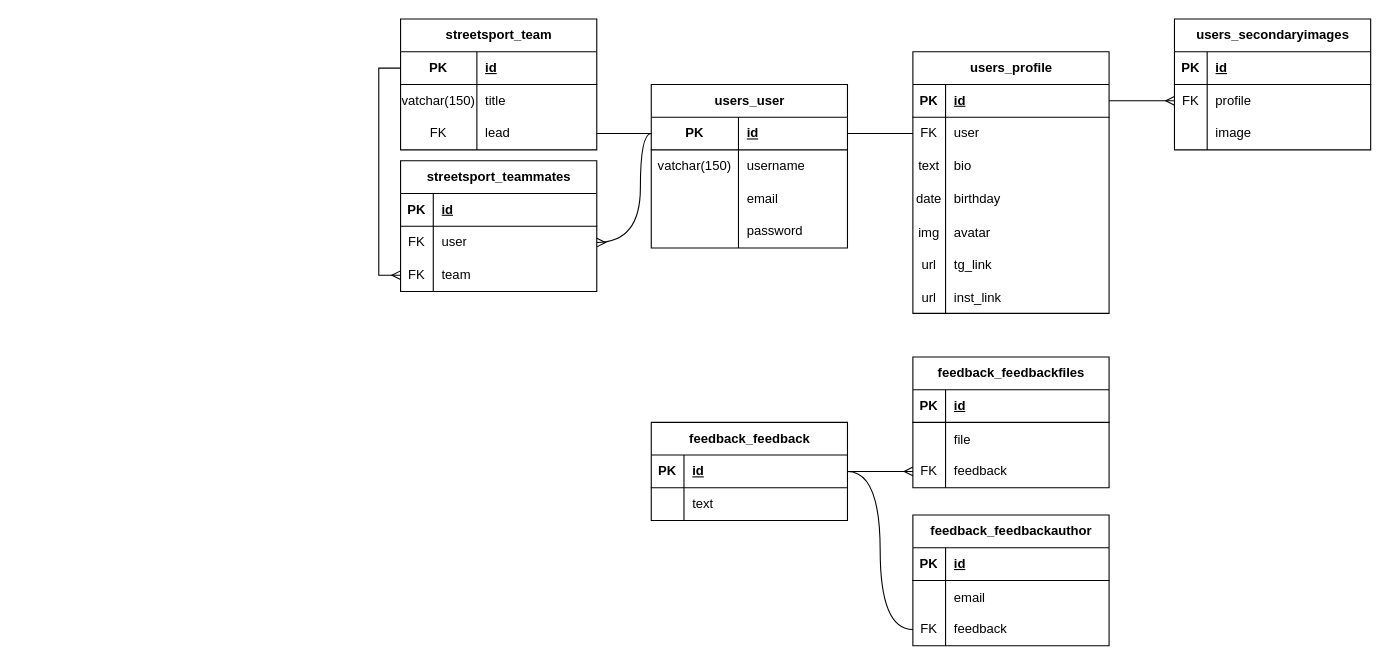
The draw.io diagram ER.drawio in on3ginnn/draw.io, before the edit. Source tidied: cells renumbered, new cells numbered last; positions are measured from the earlier drawing's top-left corner, leaving out a move shared by most shapes. Both pictures are drawn from the tidied source at 109%, with x=0, y=0 at pixel (378, 19).
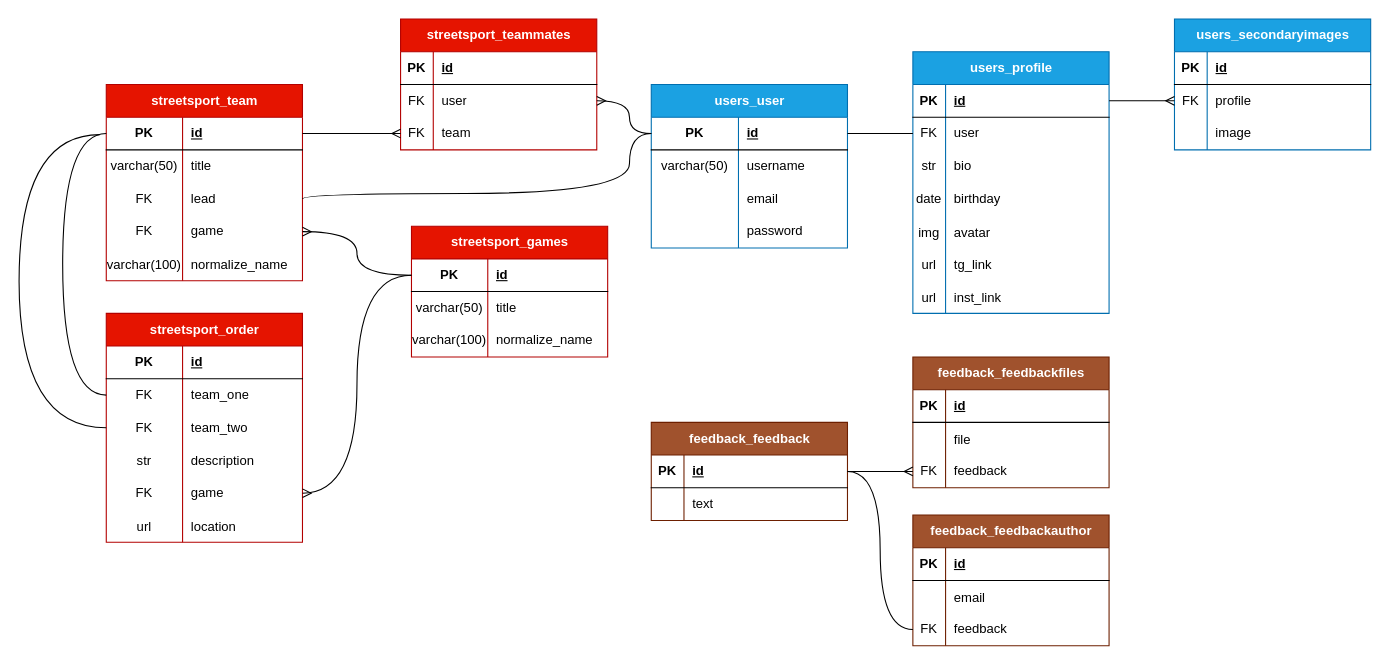
The same diagram, later.

The change refers to these unchanged cells:
```xml
<mxCell id="3" style="shape=tableRow;horizontal=0;startSize=0;swimlaneHead=0;swimlaneBody=0;fillColor=none;points=[[0,0.5],[1,0.5]];portConstraint=eastwest;top=0;left=0;right=0;bottom=1;" parent="2" vertex="1">
  <mxGeometry y="30" width="180" height="30" as="geometry" />
</mxCell>
<mxCell id="6" style="shape=tableRow;horizontal=0;startSize=0;swimlaneHead=0;swimlaneBody=0;fillColor=none;top=0;left=0;right=0;bottom=0;" parent="2" vertex="1">
  <mxGeometry y="60" width="180" height="30" as="geometry" />
</mxCell>
<mxCell id="22" style="shape=tableRow;horizontal=0;startSize=0;swimlaneHead=0;swimlaneBody=0;fillColor=none;top=0;left=0;right=0;bottom=0;" parent="15" vertex="1">
  <mxGeometry y="90" width="180" height="30" as="geometry" />
</mxCell>
<mxCell id="79" style="shape=tableRow;horizontal=0;startSize=0;swimlaneHead=0;swimlaneBody=0;fillColor=none;points=[[0,0.5],[1,0.5]];portConstraint=eastwest;top=0;left=0;right=0;bottom=1;" parent="78" vertex="1">
  <mxGeometry y="30" width="180" height="30" as="geometry" />
</mxCell>
<mxCell id="82" style="shape=tableRow;horizontal=0;startSize=0;swimlaneHead=0;swimlaneBody=0;fillColor=none;top=0;left=0;right=0;bottom=0;" parent="78" vertex="1">
  <mxGeometry y="60" width="180" height="30" as="geometry" />
</mxCell>
<mxCell id="85" style="shape=tableRow;horizontal=0;startSize=0;swimlaneHead=0;swimlaneBody=0;fillColor=none;points=[[0,0.5],[1,0.5]];portConstraint=eastwest;top=0;left=0;right=0;bottom=0;" parent="78" vertex="1">
  <mxGeometry y="90" width="180" height="30" as="geometry" />
</mxCell>
<mxCell id="93" style="shape=tableRow;horizontal=0;startSize=0;swimlaneHead=0;swimlaneBody=0;fillColor=none;points=[[0,0.5],[1,0.5]];portConstraint=eastwest;top=0;left=0;right=0;bottom=0;" parent="89" vertex="1">
  <mxGeometry y="60" width="180" height="30" as="geometry" />
</mxCell>
<mxCell id="96" style="shape=tableRow;horizontal=0;startSize=0;swimlaneHead=0;swimlaneBody=0;fillColor=none;points=[[0,0.5],[1,0.5]];portConstraint=eastwest;top=0;left=0;right=0;bottom=0;" parent="89" vertex="1">
  <mxGeometry y="90" width="180" height="30" as="geometry" />
</mxCell>
```

Diff of the diagram source:
```diff
@@
-    <mxCell id="2" value="users_user" style="shape=table;startSize=30;childLayout=tableLayout;rowLines=0;fontStyle=1;align=center;html=1;" parent="1" vertex="1">
+    <mxCell id="2" value="users_user" style="shape=table;startSize=30;childLayout=tableLayout;rowLines=0;fontStyle=1;align=center;html=1;fillColor=#1ba1e2;fontColor=#ffffff;strokeColor=#006EAF;" parent="1" vertex="1">
       <mxGeometry x="250" y="60" width="180" height="150" as="geometry" />
     </mxCell>
@@
-    <mxCell id="7" value="vatchar(150)" style="shape=partialRectangle;fillColor=none;top=0;left=0;bottom=0;right=0;overflow=hidden;whiteSpace=wrap;html=1;" parent="6" vertex="1">
+    <mxCell id="7" value="varchar(50)" style="shape=partialRectangle;fillColor=none;top=0;left=0;bottom=0;right=0;overflow=hidden;whiteSpace=wrap;html=1;" parent="6" vertex="1">
       <mxGeometry width="80" height="30" as="geometry" />
     </mxCell>
@@
-    <mxCell id="15" value="users_profile" style="shape=table;startSize=30;childLayout=tableLayout;rowLines=0;fontStyle=1;align=center;html=1;" parent="1" vertex="1">
+    <mxCell id="15" value="users_profile" style="shape=table;startSize=30;childLayout=tableLayout;rowLines=0;fontStyle=1;align=center;html=1;fillColor=#1ba1e2;fontColor=#ffffff;strokeColor=#006EAF;rounded=0;shadow=0;swimlaneLine=1;" parent="1" vertex="1">
       <mxGeometry x="490" y="30" width="180" height="240" as="geometry" />
     </mxCell>
@@
-    <mxCell id="23" value="text" style="shape=partialRectangle;fillColor=none;top=0;left=0;bottom=0;right=0;overflow=hidden;whiteSpace=wrap;html=1;" parent="22" vertex="1">
+    <mxCell id="23" value="str" style="shape=partialRectangle;fillColor=none;top=0;left=0;bottom=0;right=0;overflow=hidden;whiteSpace=wrap;html=1;" parent="22" vertex="1">
       <mxGeometry width="30" height="30" as="geometry" />
     </mxCell>
@@
-    <mxCell id="38" value="users_secondaryimages" style="shape=table;startSize=30;childLayout=tableLayout;rowLines=0;fontStyle=1;align=center;html=1;" parent="1" vertex="1">
+    <mxCell id="38" value="users_secondaryimages" style="shape=table;startSize=30;childLayout=tableLayout;rowLines=0;fontStyle=1;align=center;html=1;fillColor=#1ba1e2;fontColor=#ffffff;strokeColor=#006EAF;" parent="1" vertex="1">
       <mxGeometry x="730" width="180" height="120" as="geometry" />
     </mxCell>
@@
-    <mxCell id="49" value="feedback_feedback" style="shape=table;startSize=30;childLayout=tableLayout;rowLines=0;fontStyle=1;align=center;html=1;" parent="1" vertex="1">
+    <mxCell id="49" value="feedback_feedback" style="shape=table;startSize=30;childLayout=tableLayout;rowLines=0;fontStyle=1;align=center;html=1;fillColor=#a0522d;fontColor=#ffffff;strokeColor=#6D1F00;" parent="1" vertex="1">
       <mxGeometry x="250" y="370" width="180" height="90" as="geometry" />
     </mxCell>
@@
-    <mxCell id="56" value="feedback_feedbackauthor" style="shape=table;startSize=30;childLayout=tableLayout;rowLines=0;fontStyle=1;align=center;html=1;" parent="1" vertex="1">
+    <mxCell id="56" value="feedback_feedbackauthor" style="shape=table;startSize=30;childLayout=tableLayout;rowLines=0;fontStyle=1;align=center;html=1;fillColor=#a0522d;fontColor=#ffffff;strokeColor=#6D1F00;" parent="1" vertex="1">
       <mxGeometry x="490" y="455" width="180" height="120" as="geometry" />
     </mxCell>
@@
-    <mxCell id="66" value="feedback_feedbackfiles" style="shape=table;startSize=30;childLayout=tableLayout;rowLines=0;fontStyle=1;align=center;html=1;" parent="1" vertex="1">
+    <mxCell id="66" value="feedback_feedbackfiles" style="shape=table;startSize=30;childLayout=tableLayout;rowLines=0;fontStyle=1;align=center;html=1;fillColor=#a0522d;fontColor=#ffffff;strokeColor=#6D1F00;" parent="1" vertex="1">
       <mxGeometry x="490" y="310" width="180" height="120" as="geometry" />
     </mxCell>
@@
-    <mxCell id="78" value="streetsport_team" style="shape=table;startSize=30;childLayout=tableLayout;rowLines=0;fontStyle=1;align=center;html=1;" parent="1" vertex="1">
-      <mxGeometry x="20" width="180" height="120" as="geometry" />
+    <mxCell id="78" value="streetsport_team" style="shape=table;startSize=30;childLayout=tableLayout;rowLines=0;fontStyle=1;align=center;html=1;fillColor=#e51400;fontColor=#ffffff;strokeColor=#B20000;" parent="1" vertex="1">
+      <mxGeometry x="-250" y="60" width="180" height="180" as="geometry" />
     </mxCell>
@@
-    <mxCell id="83" value="vatchar(150)" style="shape=partialRectangle;fillColor=none;top=0;left=0;bottom=0;right=0;overflow=hidden;whiteSpace=wrap;html=1;" parent="82" vertex="1">
+    <mxCell id="83" value="varchar(50)" style="shape=partialRectangle;fillColor=none;top=0;left=0;bottom=0;right=0;overflow=hidden;whiteSpace=wrap;html=1;" parent="82" vertex="1">
       <mxGeometry width="70" height="30" as="geometry" />
     </mxCell>
@@
+    <mxCell id="101" style="shape=tableRow;horizontal=0;startSize=0;swimlaneHead=0;swimlaneBody=0;fillColor=none;points=[[0,0.5],[1,0.5]];portConstraint=eastwest;top=0;left=0;right=0;bottom=0;" parent="78" vertex="1">
+      <mxGeometry y="120" width="180" height="30" as="geometry" />
+    </mxCell>
+    <mxCell id="102" value="FK" style="shape=partialRectangle;fillColor=none;top=0;left=0;bottom=0;right=0;overflow=hidden;whiteSpace=wrap;html=1;" parent="101" vertex="1">
+      <mxGeometry width="70" height="30" as="geometry" />
+    </mxCell>
+    <mxCell id="103" value="game" style="shape=partialRectangle;fillColor=none;top=0;left=0;bottom=0;right=0;align=left;spacingLeft=6;overflow=hidden;whiteSpace=wrap;html=1;" parent="101" vertex="1">
+      <mxGeometry x="70" width="110" height="30" as="geometry" />
+    </mxCell>
+    <mxCell id="104" style="shape=tableRow;horizontal=0;startSize=0;swimlaneHead=0;swimlaneBody=0;fillColor=none;top=0;left=0;right=0;bottom=0;" parent="78" vertex="1">
+      <mxGeometry y="150" width="180" height="30" as="geometry" />
+    </mxCell>
+    <mxCell id="105" value="varchar(100)" style="shape=partialRectangle;fillColor=none;top=0;left=0;bottom=0;right=0;overflow=hidden;" parent="104" vertex="1">
+      <mxGeometry width="70" height="30" as="geometry" />
+    </mxCell>
+    <mxCell id="106" value="normalize_name" style="shape=partialRectangle;fillColor=none;top=0;left=0;bottom=0;right=0;align=left;spacingLeft=6;overflow=hidden;" parent="104" vertex="1">
+      <mxGeometry x="70" width="110" height="30" as="geometry" />
+    </mxCell>
-    <mxCell id="88" style="edgeStyle=entityRelationEdgeStyle;fontSize=12;html=1;endArrow=none;startArrow=none;rounded=0;entryX=0;entryY=0.5;entryDx=0;entryDy=0;exitX=1;exitY=0.5;exitDx=0;exitDy=0;startFill=0;endFill=0;" parent="1" edge="1" source="85" target="3">
-      <mxGeometry relative="1" as="geometry" />
+    <mxCell id="88" style="edgeStyle=orthogonalEdgeStyle;fontSize=12;html=1;endArrow=none;startArrow=none;rounded=0;entryX=0;entryY=0.5;entryDx=0;entryDy=0;exitX=1;exitY=0.5;exitDx=0;exitDy=0;startFill=0;endFill=0;curved=1;" parent="1" edge="1" source="85" target="3">
+      <mxGeometry relative="1" as="geometry">
+        <Array as="points">
+          <mxPoint x="-70" y="160" />
+          <mxPoint x="230" y="160" />
+          <mxPoint x="230" y="105" />
+        </Array>
+      </mxGeometry>
     </mxCell>
-    <mxCell id="89" value="streetsport_teammates" style="shape=table;startSize=30;childLayout=tableLayout;rowLines=0;fontStyle=1;align=center;html=1;" parent="1" vertex="1">
-      <mxGeometry x="20" y="130" width="180" height="120" as="geometry" />
+    <mxCell id="89" value="streetsport_teammates" style="shape=table;startSize=30;childLayout=tableLayout;rowLines=0;fontStyle=1;align=center;html=1;fillColor=#e51400;fontColor=#ffffff;strokeColor=#B20000;" parent="1" vertex="1">
+      <mxGeometry x="20" width="180" height="120" as="geometry" />
     </mxCell>
@@
-    <mxCell id="99" style="edgeStyle=elbowEdgeStyle;fontSize=12;html=1;endArrow=ERmany;rounded=0;exitX=0;exitY=0.5;exitDx=0;exitDy=0;entryX=0;entryY=0.5;entryDx=0;entryDy=0;endFill=0;" parent="1" edge="1" source="79" target="96">
+    <mxCell id="99" style="edgeStyle=elbowEdgeStyle;fontSize=12;html=1;endArrow=ERmany;rounded=0;exitX=1;exitY=0.5;exitDx=0;exitDy=0;entryX=0;entryY=0.5;entryDx=0;entryDy=0;endFill=0;" parent="1" edge="1" source="79" target="96">
       <mxGeometry relative="1" as="geometry">
         <Array as="points">
-          <mxPoint y="160" />
+          <mxPoint x="-20" y="100" />
         </Array>
       </mxGeometry>
     </mxCell>
-    <mxCell id="100" style="edgeStyle=orthogonalEdgeStyle;fontSize=12;html=1;endArrow=ERmany;rounded=0;entryX=1;entryY=0.5;entryDx=0;entryDy=0;exitX=0;exitY=0.5;exitDx=0;exitDy=0;curved=1;endFill=0;" parent="1" edge="1" source="3" target="93">
+    <mxCell id="100" style="edgeStyle=orthogonalEdgeStyle;fontSize=12;html=1;endArrow=ERmany;rounded=0;exitX=0;exitY=0.5;exitDx=0;exitDy=0;curved=1;endFill=0;startArrow=none;startFill=0;entryX=1;entryY=0.5;entryDx=0;entryDy=0;" parent="1" edge="1" source="3" target="93">
       <mxGeometry relative="1" as="geometry">
         <Array as="points">
-          <mxPoint x="240" y="105" />
-          <mxPoint x="240" y="205" />
+          <mxPoint x="230" y="105" />
+          <mxPoint x="230" y="75" />
         </Array>
       </mxGeometry>
     </mxCell>
+    <mxCell id="107" value="streetsport_games" style="shape=table;startSize=30;childLayout=tableLayout;rowLines=0;fontStyle=1;align=center;html=1;fillColor=#e51400;fontColor=#ffffff;strokeColor=#B20000;" parent="1" vertex="1">
+      <mxGeometry x="30" y="190" width="180" height="120" as="geometry" />
+    </mxCell>
+    <mxCell id="108" style="shape=tableRow;horizontal=0;startSize=0;swimlaneHead=0;swimlaneBody=0;fillColor=none;points=[[0,0.5],[1,0.5]];portConstraint=eastwest;top=0;left=0;right=0;bottom=1;" parent="107" vertex="1">
+      <mxGeometry y="30" width="180" height="30" as="geometry" />
+    </mxCell>
+    <mxCell id="109" value="PK" style="shape=partialRectangle;fillColor=none;top=0;left=0;bottom=0;right=0;fontStyle=1;overflow=hidden;whiteSpace=wrap;html=1;" parent="108" vertex="1">
+      <mxGeometry width="70" height="30" as="geometry" />
+    </mxCell>
+    <mxCell id="110" value="id" style="shape=partialRectangle;fillColor=none;top=0;left=0;bottom=0;right=0;align=left;spacingLeft=6;fontStyle=5;overflow=hidden;whiteSpace=wrap;html=1;" parent="108" vertex="1">
+      <mxGeometry x="70" width="110" height="30" as="geometry" />
+    </mxCell>
+    <mxCell id="111" style="shape=tableRow;horizontal=0;startSize=0;swimlaneHead=0;swimlaneBody=0;fillColor=none;top=0;left=0;right=0;bottom=0;" parent="107" vertex="1">
+      <mxGeometry y="60" width="180" height="30" as="geometry" />
+    </mxCell>
+    <mxCell id="112" value="varchar(50)" style="shape=partialRectangle;fillColor=none;top=0;left=0;bottom=0;right=0;overflow=hidden;whiteSpace=wrap;html=1;" parent="111" vertex="1">
+      <mxGeometry width="70" height="30" as="geometry" />
+    </mxCell>
+    <mxCell id="113" value="title" style="shape=partialRectangle;fillColor=none;top=0;left=0;bottom=0;right=0;align=left;spacingLeft=6;overflow=hidden;whiteSpace=wrap;html=1;" parent="111" vertex="1">
+      <mxGeometry x="70" width="110" height="30" as="geometry" />
+    </mxCell>
+    <mxCell id="114" style="shape=tableRow;horizontal=0;startSize=0;swimlaneHead=0;swimlaneBody=0;fillColor=none;top=0;left=0;right=0;bottom=0;" parent="107" vertex="1">
+      <mxGeometry y="90" width="180" height="30" as="geometry" />
+    </mxCell>
+    <mxCell id="115" value="varchar(100)" style="shape=partialRectangle;fillColor=none;top=0;left=0;bottom=0;right=0;overflow=hidden;whiteSpace=wrap;html=1;" parent="114" vertex="1">
+      <mxGeometry width="70" height="30" as="geometry" />
+    </mxCell>
+    <mxCell id="116" value="normalize_name" style="shape=partialRectangle;fillColor=none;top=0;left=0;bottom=0;right=0;align=left;spacingLeft=6;overflow=hidden;whiteSpace=wrap;html=1;" parent="114" vertex="1">
+      <mxGeometry x="70" width="110" height="30" as="geometry" />
+    </mxCell>
+    <mxCell id="117" value="streetsport_order" style="shape=table;startSize=30;childLayout=tableLayout;rowLines=0;fontStyle=1;align=center;html=1;fillColor=#e51400;fontColor=#ffffff;strokeColor=#B20000;" parent="1" vertex="1">
+      <mxGeometry x="-250" y="270" width="180" height="210" as="geometry" />
+    </mxCell>
+    <mxCell id="118" style="shape=tableRow;horizontal=0;startSize=0;swimlaneHead=0;swimlaneBody=0;fillColor=none;top=0;left=0;right=0;bottom=1;" parent="117" vertex="1">
+      <mxGeometry y="30" width="180" height="30" as="geometry" />
+    </mxCell>
+    <mxCell id="119" value="PK" style="shape=partialRectangle;fillColor=none;top=0;left=0;bottom=0;right=0;fontStyle=1;overflow=hidden;whiteSpace=wrap;html=1;" parent="118" vertex="1">
+      <mxGeometry width="70" height="30" as="geometry" />
+    </mxCell>
+    <mxCell id="120" value="id" style="shape=partialRectangle;fillColor=none;top=0;left=0;bottom=0;right=0;align=left;spacingLeft=6;fontStyle=5;overflow=hidden;whiteSpace=wrap;html=1;" parent="118" vertex="1">
+      <mxGeometry x="70" width="110" height="30" as="geometry" />
+    </mxCell>
+    <mxCell id="121" style="shape=tableRow;horizontal=0;startSize=0;swimlaneHead=0;swimlaneBody=0;fillColor=none;points=[[0,0.5],[1,0.5]];portConstraint=eastwest;top=0;left=0;right=0;bottom=0;" parent="117" vertex="1">
+      <mxGeometry y="60" width="180" height="30" as="geometry" />
+    </mxCell>
+    <mxCell id="122" value="FK" style="shape=partialRectangle;fillColor=none;top=0;left=0;bottom=0;right=0;overflow=hidden;whiteSpace=wrap;html=1;" parent="121" vertex="1">
+      <mxGeometry width="70" height="30" as="geometry" />
+    </mxCell>
+    <mxCell id="123" value="team_one" style="shape=partialRectangle;fillColor=none;top=0;left=0;bottom=0;right=0;align=left;spacingLeft=6;overflow=hidden;whiteSpace=wrap;html=1;" parent="121" vertex="1">
+      <mxGeometry x="70" width="110" height="30" as="geometry" />
+    </mxCell>
+    <mxCell id="124" style="shape=tableRow;horizontal=0;startSize=0;swimlaneHead=0;swimlaneBody=0;fillColor=none;points=[[0,0.5],[1,0.5]];portConstraint=eastwest;top=0;left=0;right=0;bottom=0;" parent="117" vertex="1">
+      <mxGeometry y="90" width="180" height="30" as="geometry" />
+    </mxCell>
+    <mxCell id="125" value="FK" style="shape=partialRectangle;fillColor=none;top=0;left=0;bottom=0;right=0;overflow=hidden;whiteSpace=wrap;html=1;" parent="124" vertex="1">
+      <mxGeometry width="70" height="30" as="geometry" />
+    </mxCell>
+    <mxCell id="126" value="team_two" style="shape=partialRectangle;fillColor=none;top=0;left=0;bottom=0;right=0;align=left;spacingLeft=6;overflow=hidden;whiteSpace=wrap;html=1;" parent="124" vertex="1">
+      <mxGeometry x="70" width="110" height="30" as="geometry" />
+    </mxCell>
+    <mxCell id="127" style="shape=tableRow;horizontal=0;startSize=0;swimlaneHead=0;swimlaneBody=0;fillColor=none;top=0;left=0;right=0;bottom=0;" parent="117" vertex="1">
+      <mxGeometry y="120" width="180" height="30" as="geometry" />
+    </mxCell>
+    <mxCell id="128" value="str" style="shape=partialRectangle;fillColor=none;top=0;left=0;bottom=0;right=0;overflow=hidden;" parent="127" vertex="1">
+      <mxGeometry width="70" height="30" as="geometry" />
+    </mxCell>
+    <mxCell id="129" value="description" style="shape=partialRectangle;fillColor=none;top=0;left=0;bottom=0;right=0;align=left;spacingLeft=6;overflow=hidden;" parent="127" vertex="1">
+      <mxGeometry x="70" width="110" height="30" as="geometry" />
+    </mxCell>
+    <mxCell id="130" style="shape=tableRow;horizontal=0;startSize=0;swimlaneHead=0;swimlaneBody=0;fillColor=none;points=[[0,0.5],[1,0.5]];portConstraint=eastwest;top=0;left=0;right=0;bottom=0;" parent="117" vertex="1">
+      <mxGeometry y="150" width="180" height="30" as="geometry" />
+    </mxCell>
+    <mxCell id="131" value="FK" style="shape=partialRectangle;fillColor=none;top=0;left=0;bottom=0;right=0;fontStyle=0;overflow=hidden;whiteSpace=wrap;html=1;" parent="130" vertex="1">
+      <mxGeometry width="70" height="30" as="geometry" />
+    </mxCell>
+    <mxCell id="132" value="game" style="shape=partialRectangle;fillColor=none;top=0;left=0;bottom=0;right=0;align=left;spacingLeft=6;fontStyle=0;overflow=hidden;whiteSpace=wrap;html=1;" parent="130" vertex="1">
+      <mxGeometry x="70" width="110" height="30" as="geometry" />
+    </mxCell>
+    <mxCell id="133" style="shape=tableRow;horizontal=0;startSize=0;swimlaneHead=0;swimlaneBody=0;fillColor=none;top=0;left=0;right=0;bottom=0;" parent="117" vertex="1">
+      <mxGeometry y="180" width="180" height="30" as="geometry" />
+    </mxCell>
+    <mxCell id="134" value="url" style="shape=partialRectangle;fillColor=none;top=0;left=0;bottom=0;right=0;overflow=hidden;" parent="133" vertex="1">
+      <mxGeometry width="70" height="30" as="geometry" />
+    </mxCell>
+    <mxCell id="135" value="location" style="shape=partialRectangle;fillColor=none;top=0;left=0;bottom=0;right=0;align=left;spacingLeft=6;overflow=hidden;" parent="133" vertex="1">
+      <mxGeometry x="70" width="110" height="30" as="geometry" />
+    </mxCell>
+    <mxCell id="136" style="edgeStyle=orthogonalEdgeStyle;rounded=0;jettySize=auto;html=1;exitX=1;exitY=0.5;exitDx=0;exitDy=0;entryX=0;entryY=0.5;entryDx=0;entryDy=0;endArrow=none;endFill=0;startArrow=ERmany;startFill=0;curved=1;" parent="1" edge="1" source="101" target="108">
+      <mxGeometry relative="1" as="geometry">
+        <Array as="points">
+          <mxPoint x="-20" y="195" />
+          <mxPoint x="-20" y="235" />
+        </Array>
+      </mxGeometry>
+    </mxCell>
+    <mxCell id="137" style="edgeStyle=orthogonalEdgeStyle;rounded=0;jettySize=auto;html=1;exitX=1;exitY=0.5;exitDx=0;exitDy=0;entryX=0;entryY=0.5;entryDx=0;entryDy=0;endArrow=none;endFill=0;startArrow=ERmany;startFill=0;curved=1;" parent="1" edge="1" source="130" target="108">
+      <mxGeometry relative="1" as="geometry" />
+    </mxCell>
+    <mxCell id="138" style="edgeStyle=orthogonalEdgeStyle;rounded=0;jettySize=auto;html=1;exitX=0;exitY=0.5;exitDx=0;exitDy=0;entryX=0;entryY=0.5;entryDx=0;entryDy=0;curved=1;endArrow=none;endFill=0;" parent="1" edge="1" source="121" target="79">
+      <mxGeometry relative="1" as="geometry">
+        <Array as="points">
+          <mxPoint x="-290" y="345" />
+          <mxPoint x="-290" y="105" />
+        </Array>
+      </mxGeometry>
+    </mxCell>
+    <mxCell id="139" style="edgeStyle=orthogonalEdgeStyle;rounded=0;jettySize=auto;html=1;exitX=0;exitY=0.5;exitDx=0;exitDy=0;entryX=-0.033;entryY=0.533;entryDx=0;entryDy=0;entryPerimeter=0;curved=1;endArrow=none;endFill=0;" parent="1" edge="1" source="124" target="79">
+      <mxGeometry relative="1" as="geometry">
+        <Array as="points">
+          <mxPoint x="-330" y="375" />
+          <mxPoint x="-330" y="106" />
+        </Array>
+      </mxGeometry>
+    </mxCell>
```
